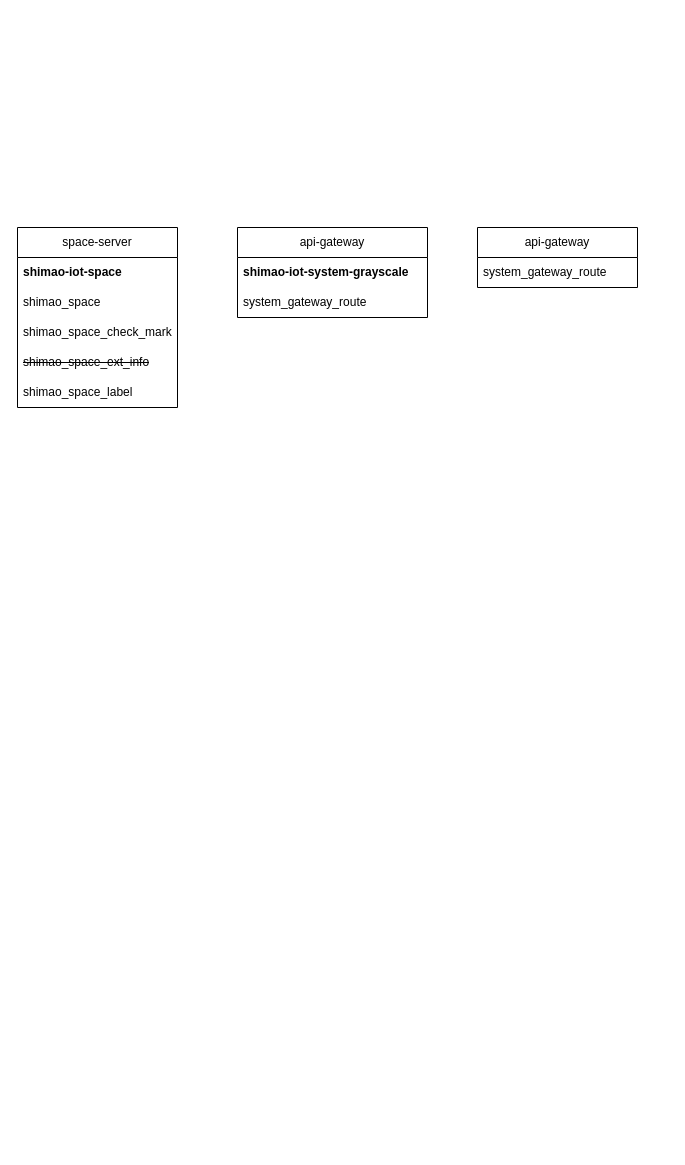
Earlier version of the draw.io diagram yzs/IOT服务精简.drawio (yanglei1992/documents). Source tidied: cells renumbered, new cells numbered last; positions are measured from the earlier drawing's top-left corner, leaving out a move shared by most shapes. Both pictures are drawn from the tidied source at 100%, with x=0, y=0 at pixel (17, 227).
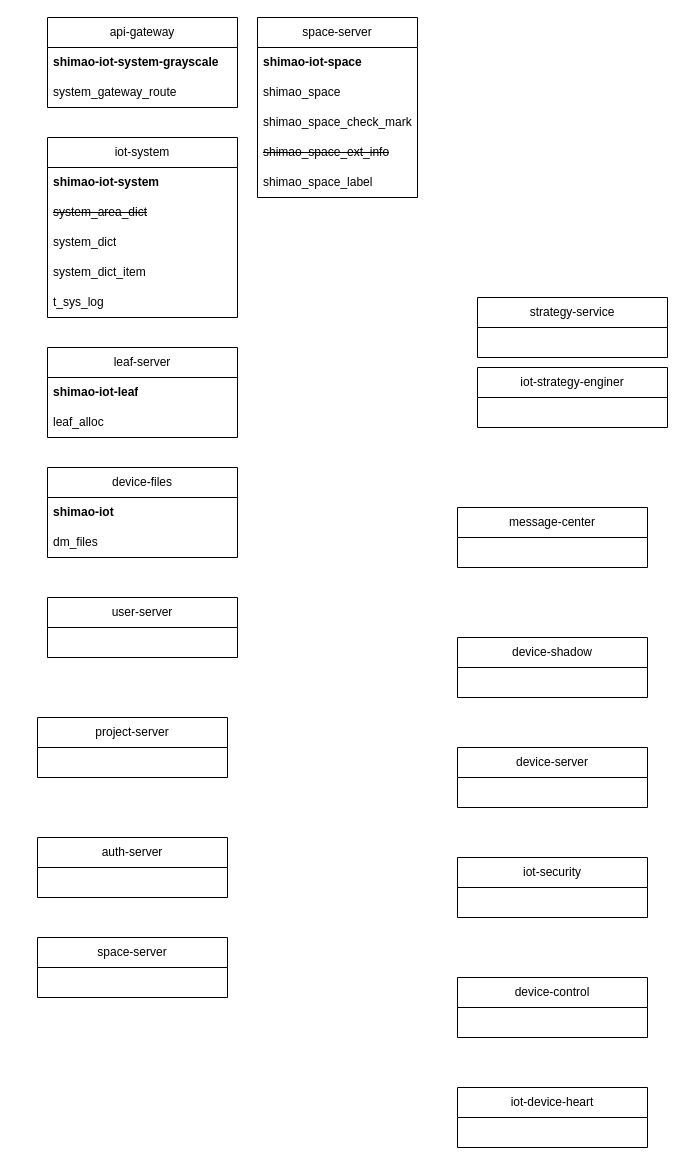
After the change.

Commit message (it also covers changes not shown here):
更新IOT服务精简.drawio

What changed in the source:
```diff
@@
     <mxCell id="2" value="space-server" style="swimlane;fontStyle=0;horizontal=1;startSize=30;whiteSpace=wrap;html=1;" parent="1" vertex="1">
-      <mxGeometry width="160" height="180" as="geometry" />
+      <mxGeometry x="240" y="-210" width="160" height="180" as="geometry" />
     </mxCell>
@@
     <mxCell id="8" value="api-gateway" style="swimlane;fontStyle=0;horizontal=1;startSize=30;whiteSpace=wrap;html=1;" parent="1" vertex="1">
-      <mxGeometry x="220" width="190" height="90" as="geometry" />
+      <mxGeometry x="30" y="-210" width="190" height="90" as="geometry" />
     </mxCell>
@@
-    <mxCell id="11" value="api-gateway" style="swimlane;fontStyle=0;horizontal=1;startSize=30;whiteSpace=wrap;html=1;" parent="1" vertex="1">
-      <mxGeometry x="460" width="160" height="60" as="geometry" />
+    <mxCell id="11" value="iot-system" style="swimlane;fontStyle=0;horizontal=1;startSize=30;whiteSpace=wrap;html=1;" parent="1" vertex="1">
+      <mxGeometry x="30" y="-90" width="190" height="180" as="geometry" />
     </mxCell>
-    <mxCell id="12" value="system_gateway_route" style="text;strokeColor=none;fillColor=none;align=left;verticalAlign=middle;spacingLeft=4;spacingRight=4;overflow=hidden;whiteSpace=wrap;html=1;" parent="11" vertex="1">
-      <mxGeometry y="30" width="160" height="30" as="geometry" />
+    <mxCell id="12" value="shimao-iot-system" style="text;strokeColor=none;fillColor=none;align=left;verticalAlign=middle;spacingLeft=4;spacingRight=4;overflow=hidden;whiteSpace=wrap;html=1;fontStyle=1;" parent="11" vertex="1">
+      <mxGeometry y="30" width="190" height="30" as="geometry" />
     </mxCell>
+    <mxCell id="13" value="&lt;strike&gt;system_area_dict&lt;/strike&gt;" style="text;strokeColor=none;fillColor=none;align=left;verticalAlign=middle;spacingLeft=4;spacingRight=4;overflow=hidden;whiteSpace=wrap;html=1;fontStyle=0;" parent="11" vertex="1">
+      <mxGeometry y="60" width="190" height="30" as="geometry" />
+    </mxCell>
+    <mxCell id="14" value="system_dict" style="text;strokeColor=none;fillColor=none;align=left;verticalAlign=middle;spacingLeft=4;spacingRight=4;overflow=hidden;whiteSpace=wrap;html=1;fontStyle=0;" parent="11" vertex="1">
+      <mxGeometry y="90" width="190" height="30" as="geometry" />
+    </mxCell>
+    <mxCell id="15" value="system_dict_item" style="text;strokeColor=none;fillColor=none;align=left;verticalAlign=middle;spacingLeft=4;spacingRight=4;overflow=hidden;whiteSpace=wrap;html=1;fontStyle=0;" parent="11" vertex="1">
+      <mxGeometry y="120" width="190" height="30" as="geometry" />
+    </mxCell>
+    <mxCell id="16" value="t_sys_log" style="text;strokeColor=none;fillColor=none;align=left;verticalAlign=middle;spacingLeft=4;spacingRight=4;overflow=hidden;whiteSpace=wrap;html=1;fontStyle=0;" parent="11" vertex="1">
+      <mxGeometry y="150" width="190" height="30" as="geometry" />
+    </mxCell>
+    <mxCell id="17" value="leaf-server" style="swimlane;fontStyle=0;horizontal=1;startSize=30;whiteSpace=wrap;html=1;" parent="1" vertex="1">
+      <mxGeometry x="30" y="120" width="190" height="90" as="geometry" />
+    </mxCell>
+    <mxCell id="18" value="shimao-iot-leaf" style="text;strokeColor=none;fillColor=none;align=left;verticalAlign=middle;spacingLeft=4;spacingRight=4;overflow=hidden;whiteSpace=wrap;html=1;fontStyle=1;" parent="17" vertex="1">
+      <mxGeometry y="30" width="190" height="30" as="geometry" />
+    </mxCell>
+    <mxCell id="19" value="leaf_alloc" style="text;strokeColor=none;fillColor=none;align=left;verticalAlign=middle;spacingLeft=4;spacingRight=4;overflow=hidden;whiteSpace=wrap;html=1;fontStyle=0;" parent="17" vertex="1">
+      <mxGeometry y="60" width="190" height="30" as="geometry" />
+    </mxCell>
+    <mxCell id="20" value="device-files" style="swimlane;fontStyle=0;horizontal=1;startSize=30;whiteSpace=wrap;html=1;" parent="1" vertex="1">
+      <mxGeometry x="30" y="240" width="190" height="90" as="geometry" />
+    </mxCell>
+    <mxCell id="21" value="shimao-iot" style="text;strokeColor=none;fillColor=none;align=left;verticalAlign=middle;spacingLeft=4;spacingRight=4;overflow=hidden;whiteSpace=wrap;html=1;fontStyle=1;" parent="20" vertex="1">
+      <mxGeometry y="30" width="190" height="30" as="geometry" />
+    </mxCell>
+    <mxCell id="22" value="dm_files" style="text;strokeColor=none;fillColor=none;align=left;verticalAlign=middle;spacingLeft=4;spacingRight=4;overflow=hidden;whiteSpace=wrap;html=1;fontStyle=0;" parent="20" vertex="1">
+      <mxGeometry y="60" width="190" height="30" as="geometry" />
+    </mxCell>
+    <mxCell id="23" value="device-server" style="swimlane;fontStyle=0;horizontal=1;startSize=30;whiteSpace=wrap;html=1;" parent="1" vertex="1">
+      <mxGeometry x="440" y="520" width="190" height="60" as="geometry" />
+    </mxCell>
+    <mxCell id="24" value="device-shadow" style="swimlane;fontStyle=0;horizontal=1;startSize=30;whiteSpace=wrap;html=1;" parent="1" vertex="1">
+      <mxGeometry x="440" y="410" width="190" height="60" as="geometry" />
+    </mxCell>
+    <mxCell id="25" value="space-server" style="swimlane;fontStyle=0;horizontal=1;startSize=30;whiteSpace=wrap;html=1;" parent="1" vertex="1">
+      <mxGeometry x="20" y="710" width="190" height="60" as="geometry" />
+    </mxCell>
+    <mxCell id="26" value="auth-server" style="swimlane;fontStyle=0;horizontal=1;startSize=30;whiteSpace=wrap;html=1;" parent="1" vertex="1">
+      <mxGeometry x="20" y="610" width="190" height="60" as="geometry" />
+    </mxCell>
+    <mxCell id="27" value="project-server" style="swimlane;fontStyle=0;horizontal=1;startSize=30;whiteSpace=wrap;html=1;" parent="1" vertex="1">
+      <mxGeometry x="20" y="490" width="190" height="60" as="geometry" />
+    </mxCell>
+    <mxCell id="28" value="user-server" style="swimlane;fontStyle=0;horizontal=1;startSize=30;whiteSpace=wrap;html=1;" parent="1" vertex="1">
+      <mxGeometry x="30" y="370" width="190" height="60" as="geometry" />
+    </mxCell>
+    <mxCell id="29" value="iot-security" style="swimlane;fontStyle=0;horizontal=1;startSize=30;whiteSpace=wrap;html=1;" parent="1" vertex="1">
+      <mxGeometry x="440" y="630" width="190" height="60" as="geometry" />
+    </mxCell>
+    <mxCell id="30" value="device-control" style="swimlane;fontStyle=0;horizontal=1;startSize=30;whiteSpace=wrap;html=1;" parent="1" vertex="1">
+      <mxGeometry x="440" y="750" width="190" height="60" as="geometry" />
+    </mxCell>
+    <mxCell id="31" value="message-center" style="swimlane;fontStyle=0;horizontal=1;startSize=30;whiteSpace=wrap;html=1;" parent="1" vertex="1">
+      <mxGeometry x="440" y="280" width="190" height="60" as="geometry" />
+    </mxCell>
+    <mxCell id="32" value="iot-device-heart" style="swimlane;fontStyle=0;horizontal=1;startSize=30;whiteSpace=wrap;html=1;" parent="1" vertex="1">
+      <mxGeometry x="440" y="860" width="190" height="60" as="geometry" />
+    </mxCell>
+    <mxCell id="33" value="iot-strategy-enginer" style="swimlane;fontStyle=0;horizontal=1;startSize=30;whiteSpace=wrap;html=1;" parent="1" vertex="1">
+      <mxGeometry x="460" y="140" width="190" height="60" as="geometry" />
+    </mxCell>
+    <mxCell id="34" value="strategy-service" style="swimlane;fontStyle=0;horizontal=1;startSize=30;whiteSpace=wrap;html=1;" parent="1" vertex="1">
+      <mxGeometry x="460" y="70" width="190" height="60" as="geometry" />
+    </mxCell>
```
